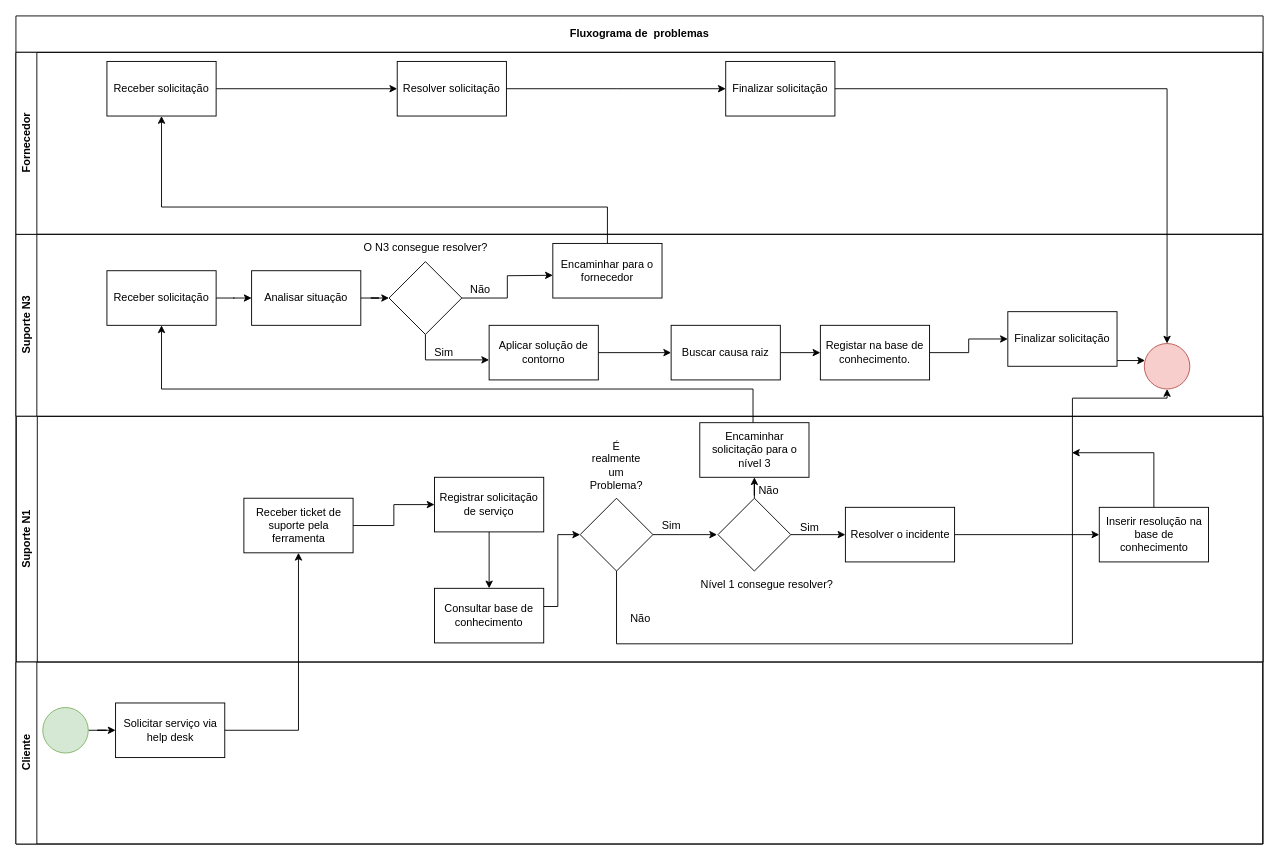
Earlier version of the draw.io diagram Documentação/Fluxogramas/FluxogramaProblema.drawio (StrawTech/Sprint3). Source tidied: cells renumbered, new cells numbered last; positions are measured from the earlier drawing's top-left corner, leaving out a move shared by most shapes. Both pictures are drawn from the tidied source at 91%, with x=0, y=0 at pixel (15, 15).
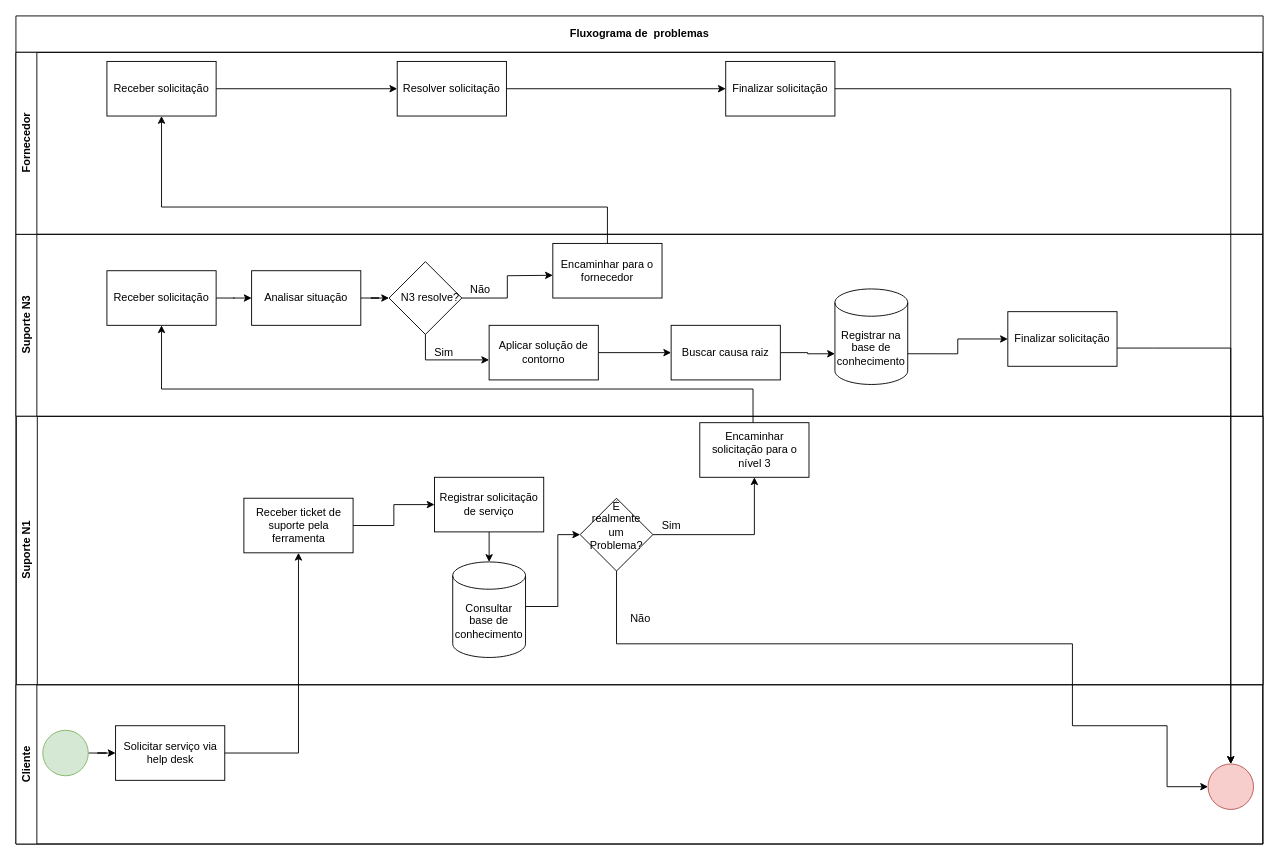
After the change.

Commit message (it also covers changes not shown here):
Arrumando os fluxogramas de incidente e problema

The change refers to these unchanged cells:
```xml
<mxCell id="2" value="Fluxograma de&amp;nbsp; problemas" style="swimlane;whiteSpace=wrap;html=1;startSize=40;" parent="1" vertex="1">
  <mxGeometry width="1370.5" height="910" as="geometry" />
</mxCell>
<mxCell id="3" value="Suporte N3" style="swimlane;horizontal=0;whiteSpace=wrap;html=1;" parent="2" vertex="1">
  <mxGeometry y="240" width="1370" height="200" as="geometry" />
</mxCell>
<mxCell id="5" value="Finalizar solicitação" style="rounded=0;whiteSpace=wrap;html=1;" parent="3" vertex="1">
  <mxGeometry x="1090" y="85" width="120" height="60" as="geometry" />
</mxCell>
<mxCell id="17" value="Buscar causa raiz" style="whiteSpace=wrap;html=1;rounded=0;" parent="3" vertex="1">
  <mxGeometry x="720" y="100" width="120" height="60" as="geometry" />
</mxCell>
<mxCell id="33" value="Registrar solicitação de serviço" style="whiteSpace=wrap;html=1;rounded=0;" parent="29" vertex="1">
  <mxGeometry x="459.5" y="67" width="120" height="60" as="geometry" />
</mxCell>
<mxCell id="37" style="rhombus;whiteSpace=wrap;html=1;rounded=0;" parent="29" vertex="1">
  <mxGeometry x="619.5" y="90" width="80" height="80" as="geometry" />
</mxCell>
<mxCell id="43" value="Encaminhar solicitação para o nível 3" style="whiteSpace=wrap;html=1;" parent="29" vertex="1">
  <mxGeometry x="751" y="7" width="120" height="60" as="geometry" />
</mxCell>
```

What changed in the source:
```diff
@@
-    <mxCell id="4" style="edgeStyle=orthogonalEdgeStyle;rounded=0;jettySize=auto;html=1;" parent="3" edge="1" source="5" target="21">
-      <mxGeometry relative="1" as="geometry">
-        <Array as="points">
-          <mxPoint x="1250" y="125" />
-          <mxPoint x="1250" y="125" />
-        </Array>
-      </mxGeometry>
-    </mxCell>
@@
-    <mxCell id="12" value="O N3 consegue resolver?" style="text;html=1;align=center;verticalAlign=middle;strokeColor=none;fillColor=none;" parent="3" vertex="1">
-      <mxGeometry x="370" width="160" height="30" as="geometry" />
+    <mxCell id="12" value="N3 resolve?" style="text;html=1;align=center;verticalAlign=middle;strokeColor=none;fillColor=none;" parent="3" vertex="1">
+      <mxGeometry x="410" y="55" width="90" height="30" as="geometry" />
     </mxCell>
@@
-    <mxCell id="16" style="edgeStyle=orthogonalEdgeStyle;rounded=0;jettySize=auto;html=1;" parent="3" edge="1" source="17" target="23">
+    <mxCell id="16" style="edgeStyle=orthogonalEdgeStyle;rounded=0;jettySize=auto;html=1;entryX=0;entryY=0;entryDx=0;entryDy=71.25;entryPerimeter=0;" parent="3" edge="1" source="17" target="62">
       <mxGeometry relative="1" as="geometry" />
     </mxCell>
@@
-    <mxCell id="21" style="ellipse;whiteSpace=wrap;html=1;fillColor=#f8cecc;strokeColor=#b85450;" parent="3" vertex="1">
-      <mxGeometry x="1240" y="120" width="50" height="50" as="geometry" />
-    </mxCell>
-    <mxCell id="22" style="edgeStyle=orthogonalEdgeStyle;rounded=0;jettySize=auto;html=1;" parent="3" edge="1" source="23" target="5">
+    <mxCell id="22" style="edgeStyle=orthogonalEdgeStyle;rounded=0;jettySize=auto;html=1;exitX=1;exitY=0;exitDx=0;exitDy=71.25;exitPerimeter=0;" parent="3" edge="1" source="62" target="5">
       <mxGeometry relative="1" as="geometry" />
     </mxCell>
-    <mxCell id="23" value="Registar na base de conhecimento." style="whiteSpace=wrap;html=1;rounded=0;" parent="3" vertex="1">
-      <mxGeometry x="884" y="100" width="120" height="60" as="geometry" />
-    </mxCell>
+    <mxCell id="62" value="Registrar na base de conhecimento" style="shape=cylinder3;whiteSpace=wrap;html=1;boundedLbl=1;backgroundOutline=1;size=15;" parent="3" vertex="1">
+      <mxGeometry x="900" y="60" width="80" height="105" as="geometry" />
+    </mxCell>
@@
     <mxCell id="29" value="&lt;div style=&quot;text-align: justify;&quot;&gt;Suporte N1&lt;/div&gt;" style="swimlane;horizontal=0;whiteSpace=wrap;html=1;" parent="2" vertex="1">
-      <mxGeometry x="0.5" y="440" width="1370" height="270" as="geometry" />
+      <mxGeometry x="0.5" y="440" width="1370" height="295" as="geometry" />
     </mxCell>
@@
-    <mxCell id="32" style="edgeStyle=orthogonalEdgeStyle;rounded=0;jettySize=auto;html=1;" parent="29" edge="1" source="33" target="35">
-      <mxGeometry relative="1" as="geometry" />
+    <mxCell id="32" style="edgeStyle=orthogonalEdgeStyle;rounded=0;jettySize=auto;html=1;" parent="29" edge="1" source="33">
+      <mxGeometry relative="1" as="geometry">
+        <mxPoint x="519.5" y="160" as="targetPoint" />
+      </mxGeometry>
     </mxCell>
@@
-    <mxCell id="34" style="edgeStyle=orthogonalEdgeStyle;rounded=0;jettySize=auto;html=1;entryX=0;entryY=0.5;entryDx=0;entryDy=0;" parent="29" edge="1" target="37">
+    <mxCell id="34" style="edgeStyle=orthogonalEdgeStyle;rounded=0;jettySize=auto;html=1;entryX=0;entryY=0.5;entryDx=0;entryDy=0;exitX=1;exitY=0.5;exitDx=0;exitDy=0;exitPerimeter=0;" parent="29" edge="1" source="35" target="37">
       <mxGeometry relative="1" as="geometry">
-        <mxPoint x="580" y="209" as="sourcePoint" />
         <Array as="points">
-          <mxPoint x="570" y="209" />
+          <mxPoint x="560" y="209" />
           <mxPoint x="595" y="209" />
           <mxPoint x="595" y="130" />
         </Array>
       </mxGeometry>
     </mxCell>
-    <mxCell id="35" value="Consultar base de conhecimento" style="whiteSpace=wrap;html=1;rounded=0;" parent="29" vertex="1">
-      <mxGeometry x="459.5" y="189" width="120" height="60" as="geometry" />
-    </mxCell>
-    <mxCell id="36" style="edgeStyle=orthogonalEdgeStyle;rounded=0;jettySize=auto;html=1;" parent="29" edge="1" source="37">
-      <mxGeometry relative="1" as="geometry">
-        <mxPoint x="770" y="130" as="targetPoint" />
-      </mxGeometry>
+    <mxCell id="36" style="edgeStyle=orthogonalEdgeStyle;rounded=0;jettySize=auto;html=1;entryX=0.5;entryY=1;entryDx=0;entryDy=0;" parent="29" edge="1" source="37" target="43">
+      <mxGeometry relative="1" as="geometry" />
     </mxCell>
@@
     <mxCell id="38" value="É realmente um Problema?" style="text;html=1;strokeColor=none;fillColor=none;align=center;verticalAlign=middle;whiteSpace=wrap;rounded=0;" parent="29" vertex="1">
-      <mxGeometry x="629.5" y="37" width="60" height="33" as="geometry" />
+      <mxGeometry x="629.5" y="103.5" width="60" height="33" as="geometry" />
     </mxCell>
-    <mxCell id="39" style="edgeStyle=orthogonalEdgeStyle;rounded=0;jettySize=auto;html=1;" parent="29" edge="1" source="41" target="43">
-      <mxGeometry relative="1" as="geometry" />
-    </mxCell>
-    <mxCell id="40" style="edgeStyle=orthogonalEdgeStyle;rounded=0;jettySize=auto;html=1;" parent="29" edge="1" source="41" target="47">
-      <mxGeometry relative="1" as="geometry" />
-    </mxCell>
-    <mxCell id="41" style="rhombus;whiteSpace=wrap;html=1;" parent="29" vertex="1">
-      <mxGeometry x="771" y="90" width="80" height="80" as="geometry" />
-    </mxCell>
@@
-    <mxCell id="44" value="Nível 1 consegue resolver?" style="text;html=1;align=center;verticalAlign=middle;strokeColor=none;fillColor=none;" parent="29" vertex="1">
-      <mxGeometry x="739.5" y="170" width="170" height="30" as="geometry" />
-    </mxCell>
-    <mxCell id="45" value="Não&lt;br&gt;" style="text;html=1;align=center;verticalAlign=middle;strokeColor=none;fillColor=none;" parent="29" vertex="1">
-      <mxGeometry x="801" y="67" width="50" height="30" as="geometry" />
-    </mxCell>
-    <mxCell id="46" style="edgeStyle=orthogonalEdgeStyle;rounded=0;jettySize=auto;html=1;" parent="29" edge="1" source="47" target="49">
-      <mxGeometry relative="1" as="geometry" />
-    </mxCell>
-    <mxCell id="47" value="Resolver o incidente" style="whiteSpace=wrap;html=1;" parent="29" vertex="1">
-      <mxGeometry x="911" y="100" width="120" height="60" as="geometry" />
-    </mxCell>
-    <mxCell id="48" style="edgeStyle=orthogonalEdgeStyle;rounded=0;jettySize=auto;html=1;" parent="29" edge="1" source="49">
-      <mxGeometry relative="1" as="geometry">
-        <mxPoint x="1160" y="40" as="targetPoint" />
-        <Array as="points">
-          <mxPoint x="1250" y="40" />
-        </Array>
-      </mxGeometry>
-    </mxCell>
-    <mxCell id="49" value="Inserir resolução na base de conhecimento" style="whiteSpace=wrap;html=1;" parent="29" vertex="1">
-      <mxGeometry x="1190" y="100" width="120" height="60" as="geometry" />
-    </mxCell>
-    <mxCell id="50" value="Sim&lt;br&gt;" style="text;html=1;align=center;verticalAlign=middle;strokeColor=none;fillColor=none;" parent="29" vertex="1">
-      <mxGeometry x="851" y="107" width="40" height="30" as="geometry" />
-    </mxCell>
@@
+    <mxCell id="35" value="Consultar base de conhecimento" style="shape=cylinder3;whiteSpace=wrap;html=1;boundedLbl=1;backgroundOutline=1;size=15;" parent="29" vertex="1">
+      <mxGeometry x="479.5" y="160" width="80" height="105" as="geometry" />
+    </mxCell>
     <mxCell id="52" value="Cliente" style="swimlane;horizontal=0;whiteSpace=wrap;html=1;" parent="2" vertex="1">
-      <mxGeometry y="710" width="1370" height="200" as="geometry" />
+      <mxGeometry y="735" width="1370" height="175" as="geometry" />
     </mxCell>
@@
+    <mxCell id="21" style="ellipse;whiteSpace=wrap;html=1;fillColor=#f8cecc;strokeColor=#b85450;" parent="52" vertex="1">
+      <mxGeometry x="1310" y="87" width="50" height="50" as="geometry" />
+    </mxCell>
@@
-    <mxCell id="60" style="edgeStyle=orthogonalEdgeStyle;rounded=0;jettySize=auto;html=1;entryX=0.5;entryY=1;entryDx=0;entryDy=0;exitX=0.5;exitY=1;exitDx=0;exitDy=0;" parent="2" edge="1" source="37" target="21">
+    <mxCell id="60" style="edgeStyle=orthogonalEdgeStyle;rounded=0;jettySize=auto;html=1;exitX=0.5;exitY=1;exitDx=0;exitDy=0;entryX=0;entryY=0.5;entryDx=0;entryDy=0;" parent="2" edge="1" source="37" target="21">
       <mxGeometry relative="1" as="geometry">
         <Array as="points">
           <mxPoint x="660" y="690" />
           <mxPoint x="1161" y="690" />
-          <mxPoint x="1161" y="420" />
-          <mxPoint x="1265" y="420" />
+          <mxPoint x="1161" y="780" />
+          <mxPoint x="1265" y="780" />
+          <mxPoint x="1265" y="847" />
         </Array>
       </mxGeometry>
     </mxCell>
@@
+    <mxCell id="4" style="edgeStyle=orthogonalEdgeStyle;rounded=0;jettySize=auto;html=1;" parent="2" edge="1" source="5" target="21">
+      <mxGeometry relative="1" as="geometry">
+        <Array as="points">
+          <mxPoint x="1250" y="365" />
+          <mxPoint x="1250" y="365" />
+        </Array>
+      </mxGeometry>
+    </mxCell>
```
